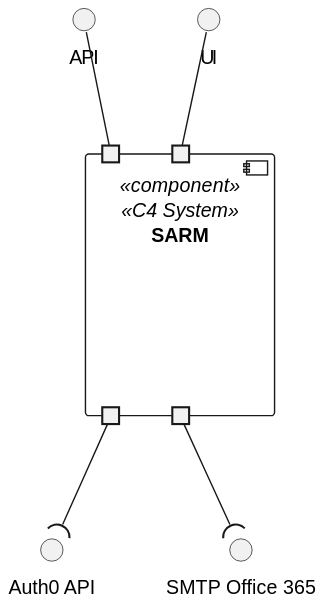
Before: docs/views/level1/logic-view.svg, a diagram exported from PlantUML (1220846/sem5pi-24-25-3ddg20).
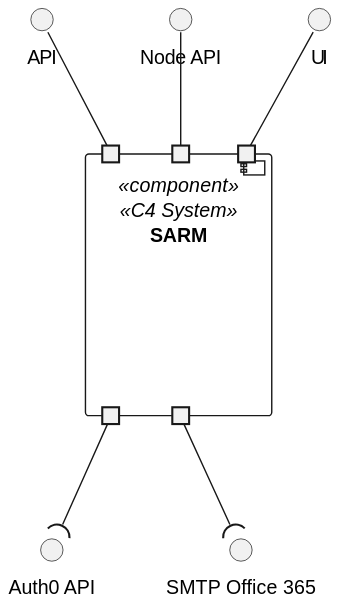
The same diagram one commit later.

What changed in the source:
```diff
@@ -2,6 +2,7 @@
 top to bottom direction
 
 interface "API" as API
+interface "Node API" as NodeAPI
 interface "Auth0 API" as A0API
 interface "SMTP Office 365" as SMTP_Office_365
 interface "UI" as UI
@@ -9,11 +10,13 @@
 component "SARM" <<component>> <<C4 System>> {
     portin " " as PI
     portin " " as PIUI
+    portin " " as PINODE
     portout " " as PI1
     portout " " as PI2
 }
 UI -- PIUI
 API -- PI
+NodeAPI -- PINODE
 PI1 --( A0API
 PI2 --( SMTP_Office_365
 @enduml
```
